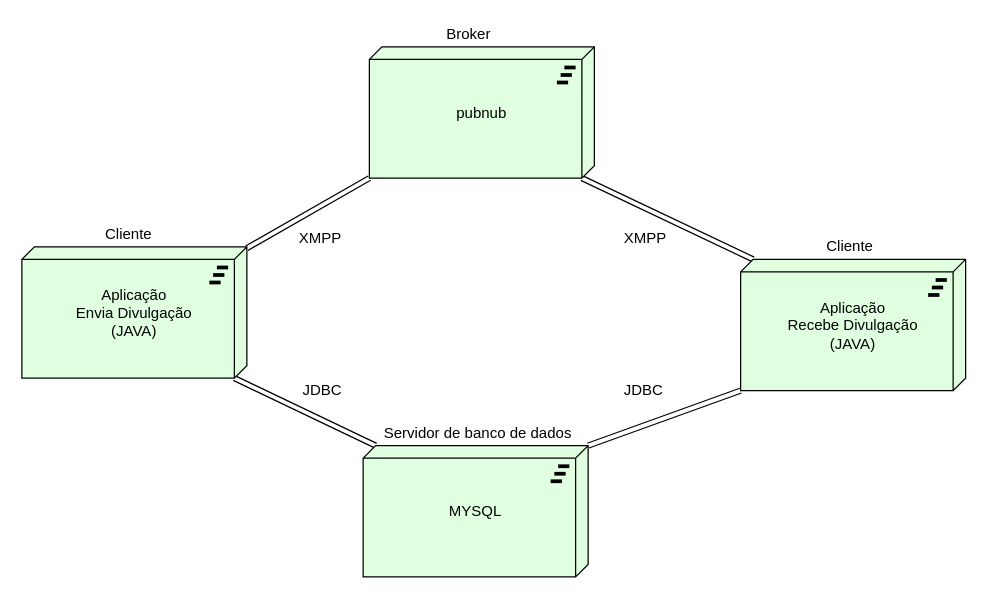
Above: modelagem/diagrama_implantacao/diagrama_implantacao.drawio in BrunoLunardi/Java-PubNub-Envia-Divulgacao (draw.io), before the change. Source tidied: cells renumbered, new cells numbered last; positions are measured from the earlier drawing's top-left corner, leaving out a move shared by most shapes. Both pictures are drawn from the tidied source at 125%, with x=0, y=0 at pixel (21, 21).
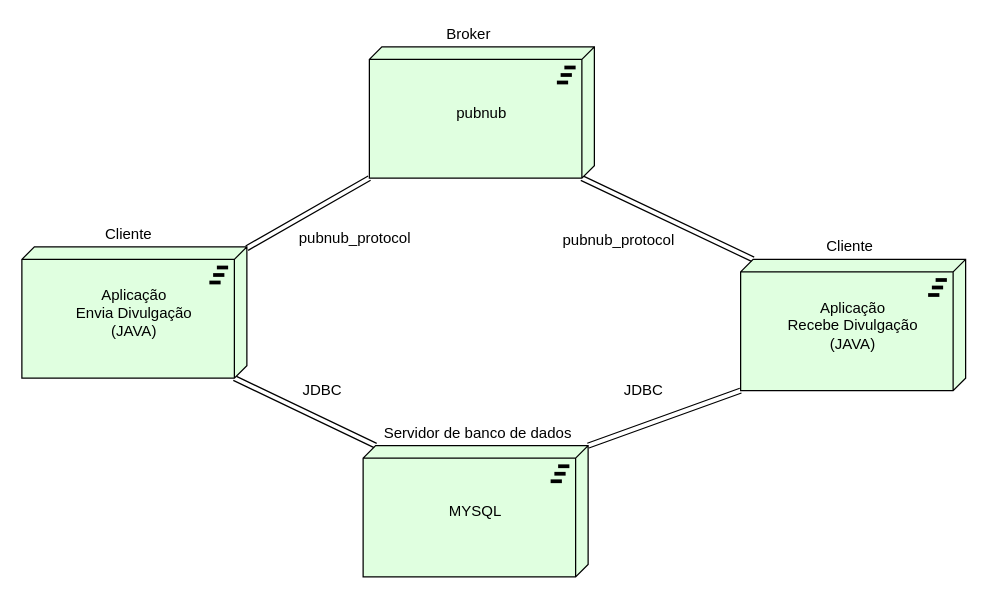
Above is the later version.

Change to the diagram source:
```diff
@@
 <mxGraphModel>
   <root>
     <mxCell id="0" />
     <mxCell id="1" parent="0" />
     <mxCell id="2" style="edgeStyle=none;shape=link;rounded=0;jettySize=auto;html=1;entryX=0;entryY=0;entryDx=10;entryDy=0;entryPerimeter=0;exitX=1;exitY=1;exitDx=-10;exitDy=0;exitPerimeter=0;" parent="1" edge="1" source="4" target="6">
       <mxGeometry relative="1" as="geometry" />
     </mxCell>
     <mxCell id="3" style="edgeStyle=none;shape=link;rounded=0;jettySize=auto;html=1;entryX=0;entryY=1;entryDx=0;entryDy=0;entryPerimeter=0;" parent="1" edge="1" source="4" target="10">
       <mxGeometry relative="1" as="geometry" />
     </mxCell>
     <mxCell id="4" value="Aplicação&lt;br&gt;Envia Divulgação&lt;br&gt;(JAVA)" style="html=1;outlineConnect=0;whiteSpace=wrap;fillColor=#E0FFE0;strokeColor=#000000;shape=mxgraph.archimate3.tech;techType=plateau;" parent="1" vertex="1">
       <mxGeometry y="180" width="180" height="105" as="geometry" />
     </mxCell>
     <mxCell id="5" value="&lt;span style=&quot;text-align: center ; white-space: normal&quot;&gt;Cliente&lt;/span&gt;" style="text;html=1;align=left;verticalAlign=top;spacingTop=-4;" parent="1" vertex="1">
       <mxGeometry x="65" y="160" width="50" height="20" as="geometry" />
     </mxCell>
     <mxCell id="6" value="MYSQL" style="html=1;outlineConnect=0;whiteSpace=wrap;fillColor=#E0FFE0;strokeColor=#000000;shape=mxgraph.archimate3.tech;techType=plateau;" parent="1" vertex="1">
       <mxGeometry x="273" y="339" width="180" height="105" as="geometry" />
     </mxCell>
     <mxCell id="7" value="Servidor de banco de dados" style="text;html=1;align=left;verticalAlign=top;spacingTop=-4;" parent="1" vertex="1">
       <mxGeometry x="288" y="319" width="170" height="20" as="geometry" />
     </mxCell>
     <mxCell id="8" value="JDBC" style="text;html=1;align=left;verticalAlign=top;spacingTop=-4;" parent="1" vertex="1">
       <mxGeometry x="223" y="285" width="50" height="20" as="geometry" />
     </mxCell>
     <mxCell id="9" style="edgeStyle=none;shape=link;rounded=0;jettySize=auto;html=1;entryX=0;entryY=0;entryDx=10;entryDy=0;entryPerimeter=0;exitX=1;exitY=1;exitDx=-10;exitDy=0;exitPerimeter=0;" parent="1" edge="1" source="10" target="13">
       <mxGeometry relative="1" as="geometry" />
     </mxCell>
     <mxCell id="10" value="pubnub" style="html=1;outlineConnect=0;whiteSpace=wrap;fillColor=#E0FFE0;strokeColor=#000000;shape=mxgraph.archimate3.tech;techType=plateau;" parent="1" vertex="1">
       <mxGeometry x="278" y="20" width="180" height="105" as="geometry" />
     </mxCell>
-    <mxCell id="11" value="XMPP" style="text;html=1;align=left;verticalAlign=top;spacingTop=-4;" parent="1" vertex="1">
-      <mxGeometry x="220" y="163" width="50" height="20" as="geometry" />
+    <mxCell id="11" value="pubnub_protocol" style="text;html=1;align=left;verticalAlign=top;spacingTop=-4;" parent="1" vertex="1">
+      <mxGeometry x="220" y="163" width="100" height="20" as="geometry" />
     </mxCell>
     <mxCell id="12" style="edgeStyle=none;shape=link;rounded=0;jettySize=auto;html=1;entryX=1;entryY=0;entryDx=0;entryDy=0;entryPerimeter=0;exitX=0;exitY=1;exitDx=0;exitDy=0;exitPerimeter=0;" parent="1" edge="1" source="13" target="6">
       <mxGeometry relative="1" as="geometry" />
     </mxCell>
     <mxCell id="13" value="Aplicação&lt;br&gt;Recebe Divulgação&lt;br&gt;(JAVA)" style="html=1;outlineConnect=0;whiteSpace=wrap;fillColor=#E0FFE0;strokeColor=#000000;shape=mxgraph.archimate3.tech;techType=plateau;" parent="1" vertex="1">
       <mxGeometry x="575" y="190" width="180" height="105" as="geometry" />
     </mxCell>
-    <mxCell id="14" value="XMPP" style="text;html=1;align=left;verticalAlign=top;spacingTop=-4;" parent="1" vertex="1">
-      <mxGeometry x="480" y="163" width="50" height="20" as="geometry" />
+    <mxCell id="14" value="pubnub_protocol" style="text;html=1;align=left;verticalAlign=top;spacingTop=-4;" parent="1" vertex="1">
+      <mxGeometry x="431" y="165" width="100" height="20" as="geometry" />
     </mxCell>
     <mxCell id="15" value="Broker" style="text;html=1;align=left;verticalAlign=top;spacingTop=-4;" parent="1" vertex="1">
       <mxGeometry x="338" width="50" height="20" as="geometry" />
     </mxCell>
     <mxCell id="16" value="JDBC" style="text;html=1;align=left;verticalAlign=top;spacingTop=-4;" parent="1" vertex="1">
       <mxGeometry x="480" y="285" width="50" height="20" as="geometry" />
     </mxCell>
     <mxCell id="17" value="Cliente" style="text;html=1;align=left;verticalAlign=top;spacingTop=-4;" parent="1" vertex="1">
       <mxGeometry x="642" y="170" width="50" height="20" as="geometry" />
     </mxCell>
   </root>
 </mxGraphModel>
```
